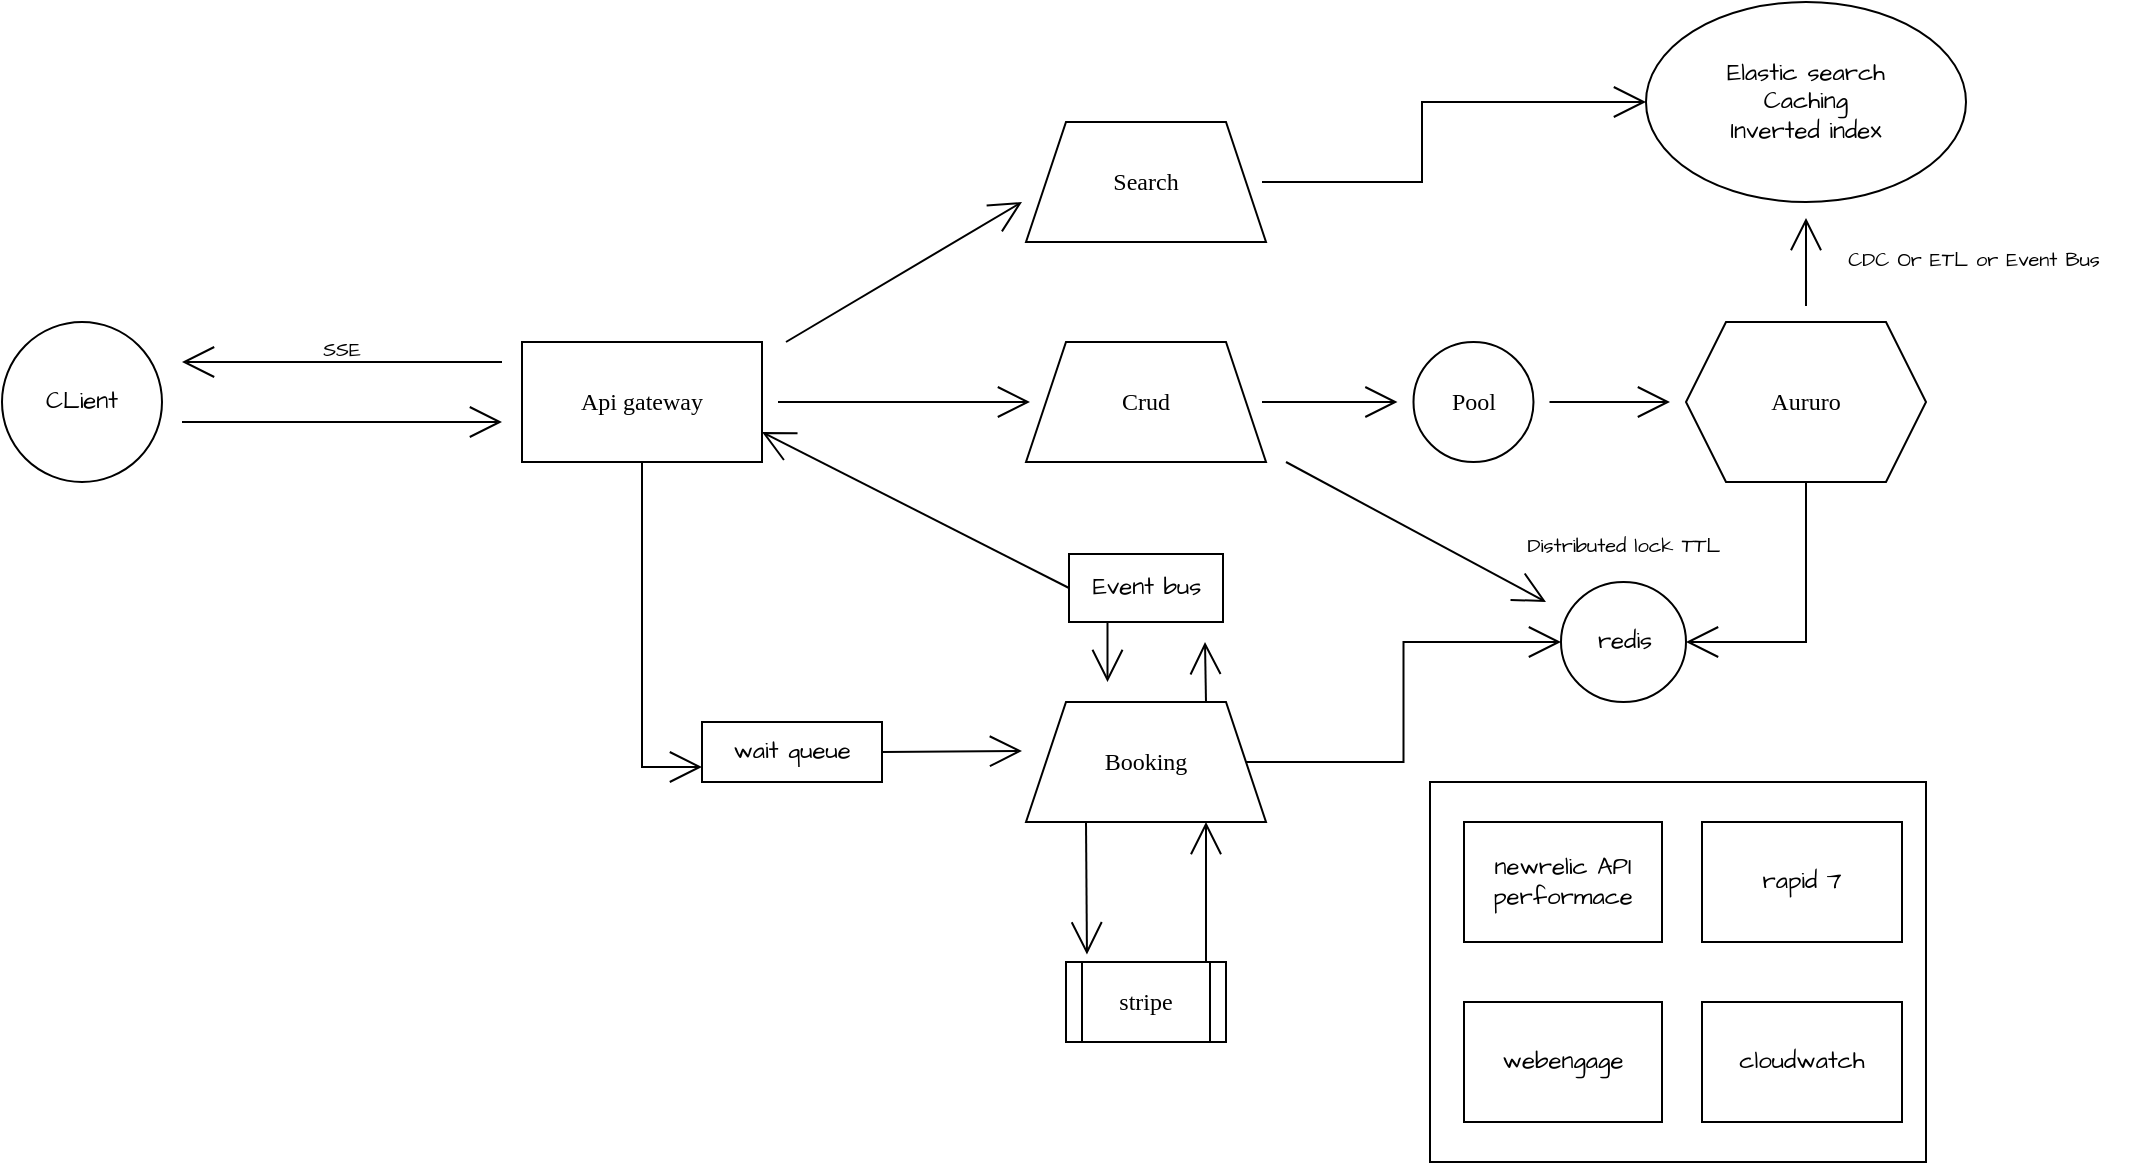
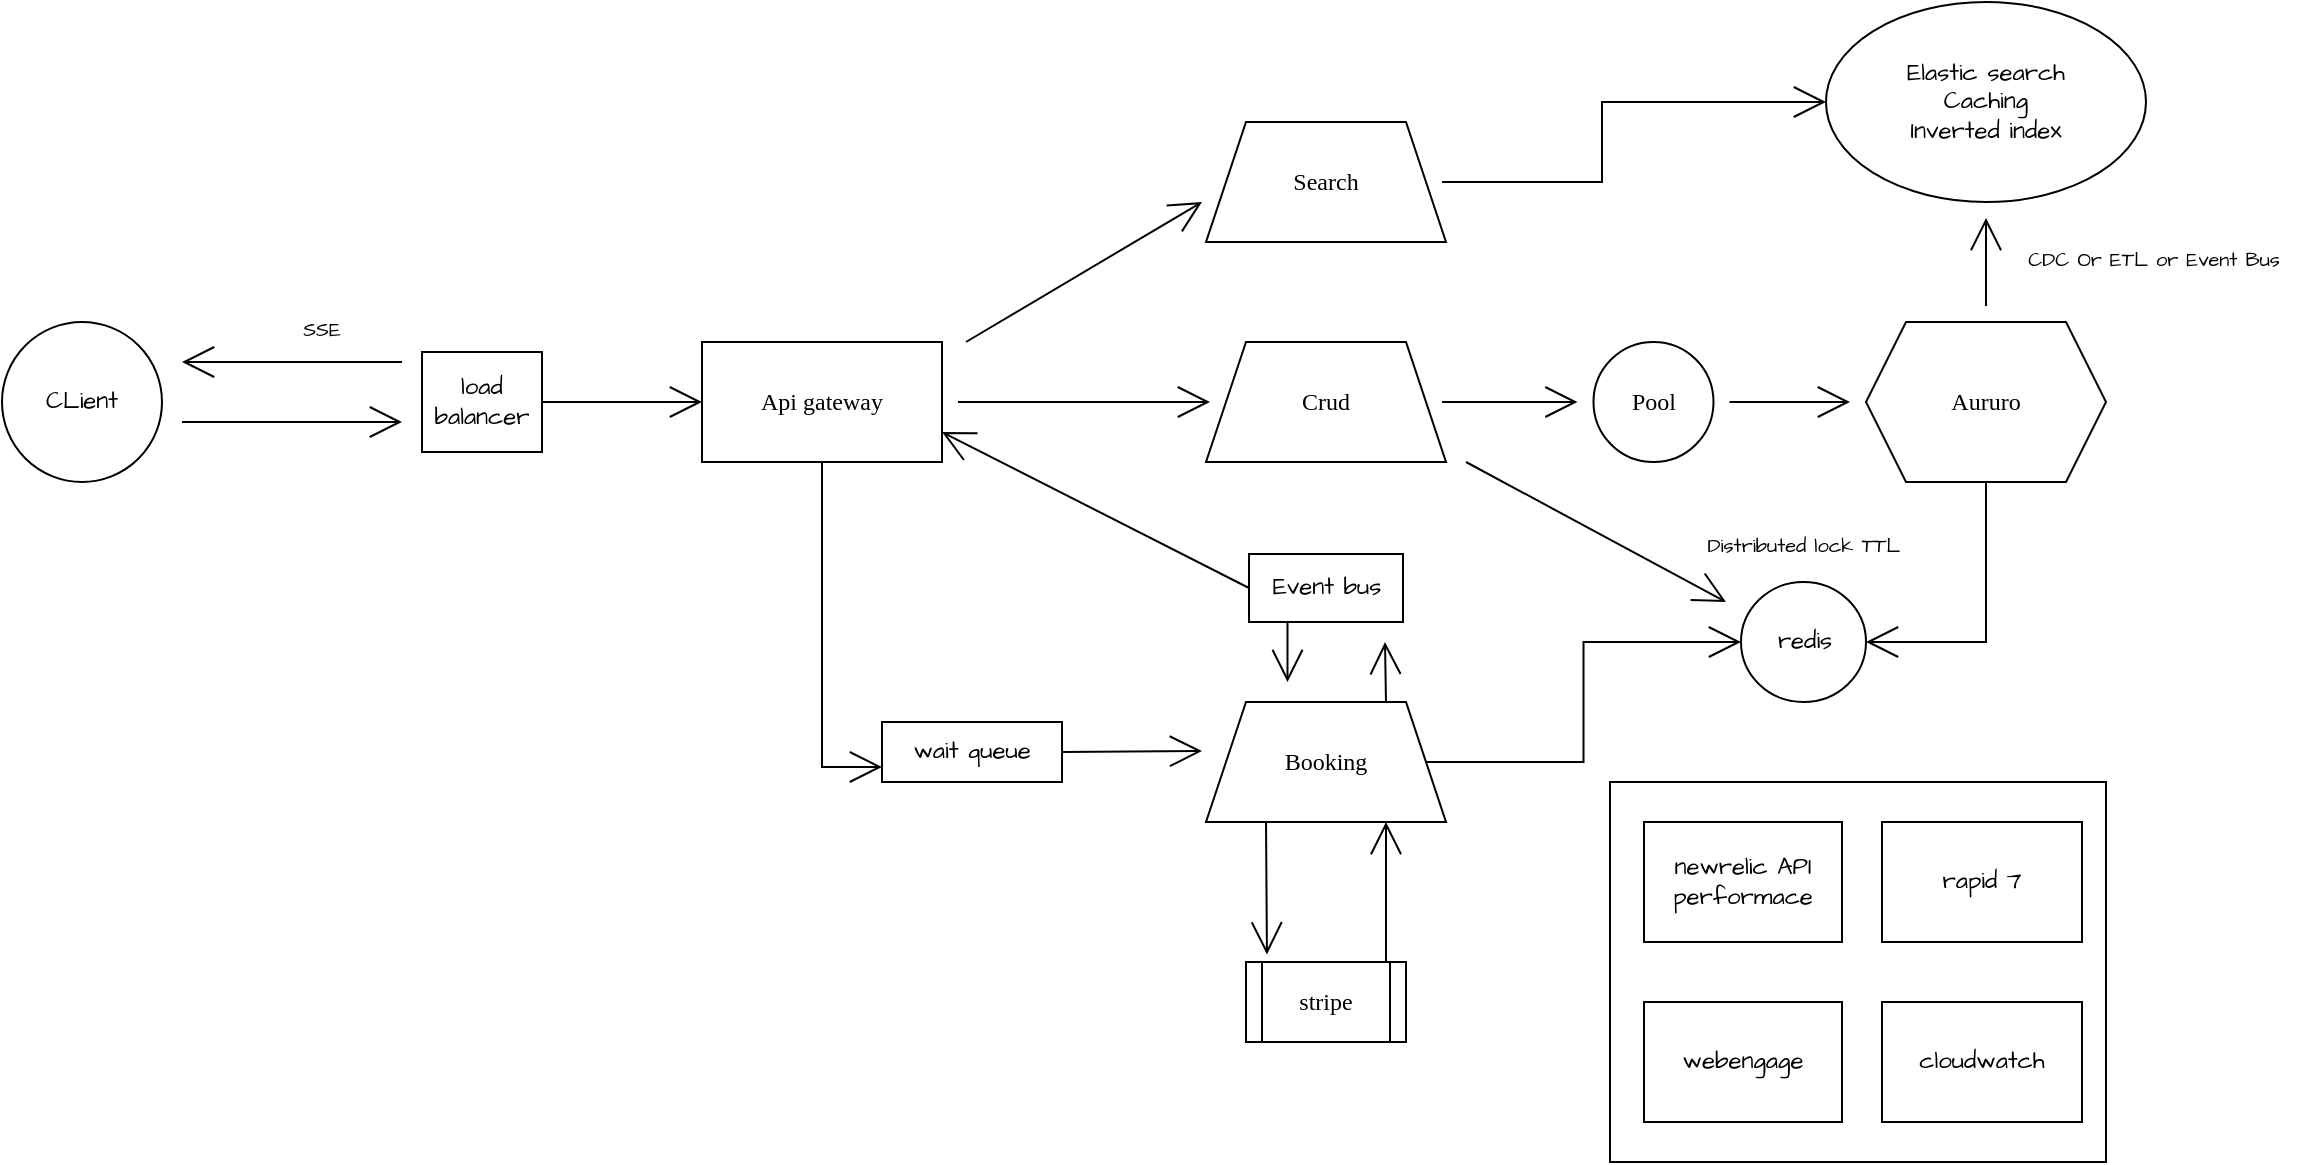
<mxfile host="app.diagrams.net" agent="5.0 (Windows NT 10.0; Win64; x64) AppleWebKit/537.36 (KHTML, like Gecko) Chrome/96.0.4664.93 Safari/537.36">
  <diagram id="Ht1M8jgEwFfnCIfOTk4-" name="Page-1">
-     <mxGraphModel dx="1506" dy="688" grid="1" gridSize="10" guides="1" tooltips="1" connect="1" arrows="1" fold="1" page="1" pageScale="1" pageWidth="1169" pageHeight="827" math="0" shadow="0">
+     <mxGraphModel dx="2508" dy="611" grid="1" gridSize="10" guides="1" tooltips="1" connect="1" arrows="1" fold="1" page="1" pageScale="1" pageWidth="1169" pageHeight="827" math="0" shadow="0">
      <root>
        <mxCell id="0" />
        <mxCell id="1" parent="0" />
        <mxCell id="67bCBKCydI8KBQZZ1gRH-11" edge="1" parent="1" source="67bCBKCydI8KBQZZ1gRH-1" style="edgeStyle=none;curved=1;rounded=0;orthogonalLoop=1;jettySize=auto;html=1;fontFamily=Verdana;fontSize=16;startSize=14;endArrow=open;endSize=14;sourcePerimeterSpacing=8;targetPerimeterSpacing=8;" target="67bCBKCydI8KBQZZ1gRH-3" value="">
          <mxGeometry relative="1" as="geometry" />
        </mxCell>
        <mxCell id="67bCBKCydI8KBQZZ1gRH-68" edge="1" parent="1" source="67bCBKCydI8KBQZZ1gRH-1" style="edgeStyle=orthogonalEdgeStyle;rounded=0;orthogonalLoop=1;jettySize=auto;html=1;exitX=0.5;exitY=1;exitDx=0;exitDy=0;entryX=0;entryY=0.75;entryDx=0;entryDy=0;fontFamily=Architects Daughter;fontSource=https%3A%2F%2Ffonts.googleapis.com%2Fcss%3Ffamily%3DArchitects%2BDaughter;fontSize=16;startSize=14;endArrow=open;endSize=14;sourcePerimeterSpacing=8;targetPerimeterSpacing=8;" target="67bCBKCydI8KBQZZ1gRH-21">
          <mxGeometry relative="1" as="geometry" />
        </mxCell>
        <mxCell id="67bCBKCydI8KBQZZ1gRH-1" parent="1" style="rounded=0;whiteSpace=wrap;html=1;fontFamily=Verdana;" value="Api gateway" vertex="1">
          <mxGeometry height="60" width="120" x="330" y="330" as="geometry" />
        </mxCell>
        <mxCell id="67bCBKCydI8KBQZZ1gRH-30" edge="1" parent="1" source="67bCBKCydI8KBQZZ1gRH-2" style="edgeStyle=orthogonalEdgeStyle;rounded=0;orthogonalLoop=1;jettySize=auto;html=1;entryX=0;entryY=0.5;entryDx=0;entryDy=0;fontFamily=Architects Daughter;fontSource=https%3A%2F%2Ffonts.googleapis.com%2Fcss%3Ffamily%3DArchitects%2BDaughter;fontSize=16;startSize=14;endArrow=open;endSize=14;sourcePerimeterSpacing=8;targetPerimeterSpacing=8;" target="67bCBKCydI8KBQZZ1gRH-27">
          <mxGeometry relative="1" as="geometry">
            <Array as="points">
              <mxPoint x="780" y="250" />
              <mxPoint x="780" y="210" />
            </Array>
          </mxGeometry>
        </mxCell>
        <mxCell id="67bCBKCydI8KBQZZ1gRH-2" parent="1" style="shape=trapezoid;perimeter=trapezoidPerimeter;whiteSpace=wrap;html=1;fixedSize=1;fontFamily=Verdana;" value="Search" vertex="1">
          <mxGeometry height="60" width="120" x="582" y="220" as="geometry" />
        </mxCell>
        <mxCell id="67bCBKCydI8KBQZZ1gRH-14" edge="1" parent="1" source="67bCBKCydI8KBQZZ1gRH-15" style="edgeStyle=none;curved=1;rounded=0;orthogonalLoop=1;jettySize=auto;html=1;fontFamily=Verdana;fontSize=16;startSize=14;endArrow=open;endSize=14;sourcePerimeterSpacing=8;targetPerimeterSpacing=8;" target="67bCBKCydI8KBQZZ1gRH-13" value="">
          <mxGeometry relative="1" as="geometry" />
        </mxCell>
        <mxCell id="67bCBKCydI8KBQZZ1gRH-36" edge="1" parent="1" style="edgeStyle=none;curved=1;rounded=0;orthogonalLoop=1;jettySize=auto;html=1;fontFamily=Architects Daughter;fontSource=https%3A%2F%2Ffonts.googleapis.com%2Fcss%3Ffamily%3DArchitects%2BDaughter;fontSize=16;startSize=14;endArrow=open;endSize=14;sourcePerimeterSpacing=8;targetPerimeterSpacing=8;">
          <mxGeometry relative="1" as="geometry">
            <mxPoint x="712" y="390" as="sourcePoint" />
            <mxPoint x="842" y="460" as="targetPoint" />
          </mxGeometry>
        </mxCell>
        <mxCell id="67bCBKCydI8KBQZZ1gRH-3" parent="1" style="shape=trapezoid;perimeter=trapezoidPerimeter;whiteSpace=wrap;html=1;fixedSize=1;fontFamily=Verdana;" value="Crud" vertex="1">
          <mxGeometry height="60" width="120" x="582" y="330" as="geometry" />
        </mxCell>
        <mxCell id="67bCBKCydI8KBQZZ1gRH-38" edge="1" parent="1" source="67bCBKCydI8KBQZZ1gRH-4" style="edgeStyle=orthogonalEdgeStyle;rounded=0;orthogonalLoop=1;jettySize=auto;html=1;exitX=1;exitY=0.5;exitDx=0;exitDy=0;entryX=0;entryY=0.5;entryDx=0;entryDy=0;fontFamily=Architects Daughter;fontSource=https%3A%2F%2Ffonts.googleapis.com%2Fcss%3Ffamily%3DArchitects%2BDaughter;fontSize=16;startSize=14;endArrow=open;endSize=14;sourcePerimeterSpacing=8;targetPerimeterSpacing=8;" target="67bCBKCydI8KBQZZ1gRH-18">
          <mxGeometry relative="1" as="geometry" />
        </mxCell>
        <mxCell id="67bCBKCydI8KBQZZ1gRH-72" edge="1" parent="1" source="67bCBKCydI8KBQZZ1gRH-4" style="edgeStyle=none;curved=1;rounded=0;orthogonalLoop=1;jettySize=auto;html=1;exitX=0.75;exitY=0;exitDx=0;exitDy=0;fontFamily=Architects Daughter;fontSource=https%3A%2F%2Ffonts.googleapis.com%2Fcss%3Ffamily%3DArchitects%2BDaughter;fontSize=16;startSize=14;endArrow=open;endSize=14;sourcePerimeterSpacing=8;targetPerimeterSpacing=8;">
          <mxGeometry relative="1" as="geometry">
            <mxPoint x="671.5" y="480" as="targetPoint" />
          </mxGeometry>
        </mxCell>
        <mxCell id="67bCBKCydI8KBQZZ1gRH-4" parent="1" style="shape=trapezoid;perimeter=trapezoidPerimeter;whiteSpace=wrap;html=1;fixedSize=1;fontFamily=Verdana;" value="Booking" vertex="1">
          <mxGeometry height="60" width="120" x="582" y="510" as="geometry" />
        </mxCell>
        <mxCell id="67bCBKCydI8KBQZZ1gRH-5" parent="1" style="shape=process;whiteSpace=wrap;html=1;backgroundOutline=1;fontFamily=Verdana;" value="stripe" vertex="1">
          <mxGeometry height="40" width="80" x="602" y="640" as="geometry" />
        </mxCell>
        <mxCell id="67bCBKCydI8KBQZZ1gRH-7" edge="1" parent="1" source="67bCBKCydI8KBQZZ1gRH-4" style="edgeStyle=none;curved=1;rounded=0;orthogonalLoop=1;jettySize=auto;html=1;exitX=0.25;exitY=1;exitDx=0;exitDy=0;entryX=0.131;entryY=-0.095;entryDx=0;entryDy=0;entryPerimeter=0;fontFamily=Verdana;fontSize=16;startSize=14;endArrow=open;endSize=14;sourcePerimeterSpacing=8;targetPerimeterSpacing=8;" target="67bCBKCydI8KBQZZ1gRH-5">
          <mxGeometry relative="1" as="geometry" />
        </mxCell>
        <mxCell id="67bCBKCydI8KBQZZ1gRH-8" edge="1" parent="1" style="edgeStyle=none;curved=1;rounded=0;orthogonalLoop=1;jettySize=auto;html=1;entryX=0.75;entryY=1;entryDx=0;entryDy=0;fontFamily=Verdana;fontSize=16;startSize=14;endArrow=open;endSize=14;sourcePerimeterSpacing=8;targetPerimeterSpacing=8;" target="67bCBKCydI8KBQZZ1gRH-4">
          <mxGeometry relative="1" as="geometry">
            <mxPoint x="672" y="640" as="sourcePoint" />
          </mxGeometry>
        </mxCell>
        <mxCell id="67bCBKCydI8KBQZZ1gRH-28" edge="1" parent="1" source="67bCBKCydI8KBQZZ1gRH-13" style="edgeStyle=none;curved=1;rounded=0;orthogonalLoop=1;jettySize=auto;html=1;fontFamily=Architects Daughter;fontSource=https%3A%2F%2Ffonts.googleapis.com%2Fcss%3Ffamily%3DArchitects%2BDaughter;fontSize=16;startSize=14;endArrow=open;endSize=14;sourcePerimeterSpacing=8;targetPerimeterSpacing=8;" target="67bCBKCydI8KBQZZ1gRH-27" value="">
          <mxGeometry relative="1" as="geometry" />
        </mxCell>
        <mxCell id="67bCBKCydI8KBQZZ1gRH-35" edge="1" parent="1" source="67bCBKCydI8KBQZZ1gRH-13" style="edgeStyle=orthogonalEdgeStyle;rounded=0;orthogonalLoop=1;jettySize=auto;html=1;exitX=0.5;exitY=1;exitDx=0;exitDy=0;entryX=1;entryY=0.5;entryDx=0;entryDy=0;fontFamily=Architects Daughter;fontSource=https%3A%2F%2Ffonts.googleapis.com%2Fcss%3Ffamily%3DArchitects%2BDaughter;fontSize=16;startSize=14;endArrow=open;endSize=14;sourcePerimeterSpacing=8;targetPerimeterSpacing=8;" target="67bCBKCydI8KBQZZ1gRH-18">
          <mxGeometry relative="1" as="geometry" />
        </mxCell>
        <mxCell id="67bCBKCydI8KBQZZ1gRH-13" parent="1" style="shape=hexagon;perimeter=hexagonPerimeter2;whiteSpace=wrap;html=1;fixedSize=1;fontFamily=Verdana;" value="Aururo" vertex="1">
          <mxGeometry height="80" width="120" x="912" y="320" as="geometry" />
        </mxCell>
        <mxCell id="67bCBKCydI8KBQZZ1gRH-16" edge="1" parent="1" source="67bCBKCydI8KBQZZ1gRH-3" style="edgeStyle=none;curved=1;rounded=0;orthogonalLoop=1;jettySize=auto;html=1;fontFamily=Verdana;fontSize=16;startSize=14;endArrow=open;endSize=14;sourcePerimeterSpacing=8;targetPerimeterSpacing=8;" target="67bCBKCydI8KBQZZ1gRH-15" value="">
          <mxGeometry relative="1" as="geometry">
            <mxPoint x="700" y="360" as="sourcePoint" />
            <mxPoint x="904" y="360" as="targetPoint" />
          </mxGeometry>
        </mxCell>
        <mxCell id="67bCBKCydI8KBQZZ1gRH-15" parent="1" style="ellipse;whiteSpace=wrap;html=1;fontFamily=Verdana;" value="Pool" vertex="1">
          <mxGeometry height="60" width="60" x="775.75" y="330" as="geometry" />
        </mxCell>
        <mxCell id="67bCBKCydI8KBQZZ1gRH-18" parent="1" style="ellipse;whiteSpace=wrap;html=1;fontFamily=Architects Daughter;fontSource=https%3A%2F%2Ffonts.googleapis.com%2Fcss%3Ffamily%3DArchitects%2BDaughter;" value="redis" vertex="1">
          <mxGeometry height="60" width="62.5" x="849.5" y="450" as="geometry" />
        </mxCell>
        <mxCell id="67bCBKCydI8KBQZZ1gRH-20" parent="1" style="text;html=1;whiteSpace=wrap;strokeColor=none;fillColor=none;align=center;verticalAlign=middle;rounded=0;fontSize=20;fontFamily=Architects Daughter;fontSource=https%3A%2F%2Ffonts.googleapis.com%2Fcss%3Ffamily%3DArchitects%2BDaughter;" value="&lt;font style=&quot;font-size: 10px;&quot;&gt;Distributed lock TTL&lt;/font&gt;" vertex="1">
          <mxGeometry height="16" width="116.25" x="822.62" y="420" as="geometry" />
        </mxCell>
        <mxCell id="67bCBKCydI8KBQZZ1gRH-69" edge="1" parent="1" source="67bCBKCydI8KBQZZ1gRH-21" style="edgeStyle=none;curved=1;rounded=0;orthogonalLoop=1;jettySize=auto;html=1;exitX=1;exitY=0.5;exitDx=0;exitDy=0;fontFamily=Architects Daughter;fontSource=https%3A%2F%2Ffonts.googleapis.com%2Fcss%3Ffamily%3DArchitects%2BDaughter;fontSize=16;startSize=14;endArrow=open;endSize=14;sourcePerimeterSpacing=8;targetPerimeterSpacing=8;">
          <mxGeometry relative="1" as="geometry">
            <mxPoint x="580" y="534.5" as="targetPoint" />
          </mxGeometry>
        </mxCell>
        <mxCell id="67bCBKCydI8KBQZZ1gRH-21" parent="1" style="rounded=0;whiteSpace=wrap;html=1;fontFamily=Architects Daughter;fontSource=https%3A%2F%2Ffonts.googleapis.com%2Fcss%3Ffamily%3DArchitects%2BDaughter;" value="wait queue" vertex="1">
          <mxGeometry height="30" width="90" x="420" y="520" as="geometry" />
        </mxCell>
        <mxCell id="67bCBKCydI8KBQZZ1gRH-27" parent="1" style="ellipse;whiteSpace=wrap;html=1;fontFamily=Architects Daughter;fontSource=https%3A%2F%2Ffonts.googleapis.com%2Fcss%3Ffamily%3DArchitects%2BDaughter;" value="Elastic search&lt;br&gt;Caching&lt;br&gt;Inverted index" vertex="1">
          <mxGeometry height="100" width="160" x="892" y="160" as="geometry" />
        </mxCell>
        <mxCell id="67bCBKCydI8KBQZZ1gRH-29" parent="1" style="text;html=1;whiteSpace=wrap;strokeColor=none;fillColor=none;align=center;verticalAlign=middle;rounded=0;fontSize=20;fontFamily=Architects Daughter;fontSource=https%3A%2F%2Ffonts.googleapis.com%2Fcss%3Ffamily%3DArchitects%2BDaughter;" value="&lt;font style=&quot;font-size: 10px;&quot;&gt;CDC Or ETL or Event Bus&lt;/font&gt;" vertex="1">
          <mxGeometry height="30" width="168" x="972" y="270" as="geometry" />
        </mxCell>
        <mxCell id="67bCBKCydI8KBQZZ1gRH-34" edge="1" parent="1" style="edgeStyle=none;curved=1;rounded=0;orthogonalLoop=1;jettySize=auto;html=1;fontFamily=Verdana;fontSize=16;startSize=14;endArrow=open;endSize=14;sourcePerimeterSpacing=8;targetPerimeterSpacing=8;" value="">
          <mxGeometry relative="1" as="geometry">
            <mxPoint x="462" y="330" as="sourcePoint" />
            <mxPoint x="580" y="260" as="targetPoint" />
          </mxGeometry>
        </mxCell>
        <mxCell id="67bCBKCydI8KBQZZ1gRH-39" parent="1" style="ellipse;whiteSpace=wrap;html=1;fontFamily=Architects Daughter;fontSource=https%3A%2F%2Ffonts.googleapis.com%2Fcss%3Ffamily%3DArchitects%2BDaughter;" value="CLient" vertex="1">
-           <mxGeometry height="80" width="80" x="70" y="320" as="geometry" />
+           <mxGeometry height="80" width="80" x="-20" y="320" as="geometry" />
        </mxCell>
        <mxCell id="67bCBKCydI8KBQZZ1gRH-46" edge="1" parent="1" style="edgeStyle=none;orthogonalLoop=1;jettySize=auto;html=1;rounded=0;fontFamily=Architects Daughter;fontSource=https%3A%2F%2Ffonts.googleapis.com%2Fcss%3Ffamily%3DArchitects%2BDaughter;fontSize=16;startSize=14;endArrow=open;endSize=14;sourcePerimeterSpacing=8;targetPerimeterSpacing=8;curved=1;" value="">
          <mxGeometry relative="1" width="140" as="geometry">
            <Array as="points" />
-             <mxPoint x="160" y="370" as="sourcePoint" />
-             <mxPoint x="320" y="370" as="targetPoint" />
+             <mxPoint x="70" y="370" as="sourcePoint" />
+             <mxPoint x="180" y="370" as="targetPoint" />
          </mxGeometry>
        </mxCell>
        <mxCell id="67bCBKCydI8KBQZZ1gRH-47" edge="1" parent="1" style="edgeStyle=none;orthogonalLoop=1;jettySize=auto;html=1;rounded=0;fontFamily=Architects Daughter;fontSource=https%3A%2F%2Ffonts.googleapis.com%2Fcss%3Ffamily%3DArchitects%2BDaughter;fontSize=16;startSize=14;endArrow=open;endSize=14;sourcePerimeterSpacing=8;targetPerimeterSpacing=8;curved=1;" value="">
          <mxGeometry relative="1" width="140" as="geometry">
            <Array as="points" />
-             <mxPoint x="320" y="340" as="sourcePoint" />
-             <mxPoint x="160" y="340" as="targetPoint" />
+             <mxPoint x="180" y="340" as="sourcePoint" />
+             <mxPoint x="70" y="340" as="targetPoint" />
          </mxGeometry>
        </mxCell>
        <mxCell id="67bCBKCydI8KBQZZ1gRH-48" parent="1" style="text;html=1;whiteSpace=wrap;strokeColor=none;fillColor=none;align=center;verticalAlign=middle;rounded=0;fontSize=20;fontFamily=Architects Daughter;fontSource=https%3A%2F%2Ffonts.googleapis.com%2Fcss%3Ffamily%3DArchitects%2BDaughter;" value="&lt;font style=&quot;font-size: 10px;&quot;&gt;SSE&lt;/font&gt;" vertex="1">
-           <mxGeometry height="20" width="40" x="220" y="320" as="geometry" />
+           <mxGeometry height="20" width="40" x="120" y="310" as="geometry" />
        </mxCell>
        <mxCell id="67bCBKCydI8KBQZZ1gRH-61" parent="1" style="rounded=0;whiteSpace=wrap;html=1;fontFamily=Architects Daughter;fontSource=https%3A%2F%2Ffonts.googleapis.com%2Fcss%3Ffamily%3DArchitects%2BDaughter;" value="" vertex="1">
          <mxGeometry height="190" width="248" x="784" y="550" as="geometry" />
        </mxCell>
        <mxCell id="67bCBKCydI8KBQZZ1gRH-62" parent="1" style="rounded=0;whiteSpace=wrap;html=1;fontFamily=Architects Daughter;fontSource=https%3A%2F%2Ffonts.googleapis.com%2Fcss%3Ffamily%3DArchitects%2BDaughter;" value="newrelic API performace" vertex="1">
          <mxGeometry height="60" width="99" x="801" y="570" as="geometry" />
        </mxCell>
        <mxCell id="67bCBKCydI8KBQZZ1gRH-64" parent="1" style="rounded=0;whiteSpace=wrap;html=1;fontFamily=Architects Daughter;fontSource=https%3A%2F%2Ffonts.googleapis.com%2Fcss%3Ffamily%3DArchitects%2BDaughter;" value="rapid 7" vertex="1">
          <mxGeometry height="60" width="100" x="920" y="570" as="geometry" />
        </mxCell>
        <mxCell id="67bCBKCydI8KBQZZ1gRH-66" parent="1" style="rounded=0;whiteSpace=wrap;html=1;fontFamily=Architects Daughter;fontSource=https%3A%2F%2Ffonts.googleapis.com%2Fcss%3Ffamily%3DArchitects%2BDaughter;" value="webengage" vertex="1">
          <mxGeometry height="60" width="99" x="801" y="660" as="geometry" />
        </mxCell>
        <mxCell id="67bCBKCydI8KBQZZ1gRH-67" parent="1" style="rounded=0;whiteSpace=wrap;html=1;fontFamily=Architects Daughter;fontSource=https%3A%2F%2Ffonts.googleapis.com%2Fcss%3Ffamily%3DArchitects%2BDaughter;" value="cloudwatch" vertex="1">
          <mxGeometry height="60" width="100" x="920" y="660" as="geometry" />
        </mxCell>
        <mxCell id="67bCBKCydI8KBQZZ1gRH-71" edge="1" parent="1" source="67bCBKCydI8KBQZZ1gRH-70" style="edgeStyle=none;curved=1;rounded=0;orthogonalLoop=1;jettySize=auto;html=1;exitX=0.25;exitY=1;exitDx=0;exitDy=0;fontFamily=Architects Daughter;fontSource=https%3A%2F%2Ffonts.googleapis.com%2Fcss%3Ffamily%3DArchitects%2BDaughter;fontSize=16;startSize=14;endArrow=open;endSize=14;sourcePerimeterSpacing=8;targetPerimeterSpacing=8;">
          <mxGeometry relative="1" as="geometry">
            <mxPoint x="622.75" y="500" as="targetPoint" />
          </mxGeometry>
        </mxCell>
        <mxCell id="67bCBKCydI8KBQZZ1gRH-73" edge="1" parent="1" source="67bCBKCydI8KBQZZ1gRH-70" style="edgeStyle=none;curved=1;rounded=0;orthogonalLoop=1;jettySize=auto;html=1;exitX=0;exitY=0.5;exitDx=0;exitDy=0;entryX=1;entryY=0.75;entryDx=0;entryDy=0;fontFamily=Architects Daughter;fontSource=https%3A%2F%2Ffonts.googleapis.com%2Fcss%3Ffamily%3DArchitects%2BDaughter;fontSize=16;startSize=14;endArrow=open;endSize=14;sourcePerimeterSpacing=8;targetPerimeterSpacing=8;" target="67bCBKCydI8KBQZZ1gRH-1">
          <mxGeometry relative="1" as="geometry" />
        </mxCell>
        <mxCell id="67bCBKCydI8KBQZZ1gRH-70" parent="1" style="rounded=0;whiteSpace=wrap;html=1;fontFamily=Architects Daughter;fontSource=https%3A%2F%2Ffonts.googleapis.com%2Fcss%3Ffamily%3DArchitects%2BDaughter;" value="Event bus" vertex="1">
          <mxGeometry height="34" width="77" x="603.5" y="436" as="geometry" />
        </mxCell>
+         <mxCell id="8TXd-eiRVvq2IGsznRM5-2" edge="1" parent="1" source="8TXd-eiRVvq2IGsznRM5-1" style="edgeStyle=none;curved=1;rounded=0;orthogonalLoop=1;jettySize=auto;html=1;exitX=1;exitY=0.5;exitDx=0;exitDy=0;entryX=0;entryY=0.5;entryDx=0;entryDy=0;fontFamily=Architects Daughter;fontSource=https%3A%2F%2Ffonts.googleapis.com%2Fcss%3Ffamily%3DArchitects%2BDaughter;fontSize=16;startSize=14;endArrow=open;endSize=14;sourcePerimeterSpacing=8;targetPerimeterSpacing=8;" target="67bCBKCydI8KBQZZ1gRH-1">
+           <mxGeometry relative="1" as="geometry" />
+         </mxCell>
+         <mxCell id="8TXd-eiRVvq2IGsznRM5-1" parent="1" style="rounded=0;whiteSpace=wrap;html=1;fontFamily=Architects Daughter;fontSource=https%3A%2F%2Ffonts.googleapis.com%2Fcss%3Ffamily%3DArchitects%2BDaughter;" value="load balancer" vertex="1">
+           <mxGeometry height="50" width="60" x="190" y="335" as="geometry" />
+         </mxCell>
      </root>
    </mxGraphModel>
  </diagram>
</mxfile>
